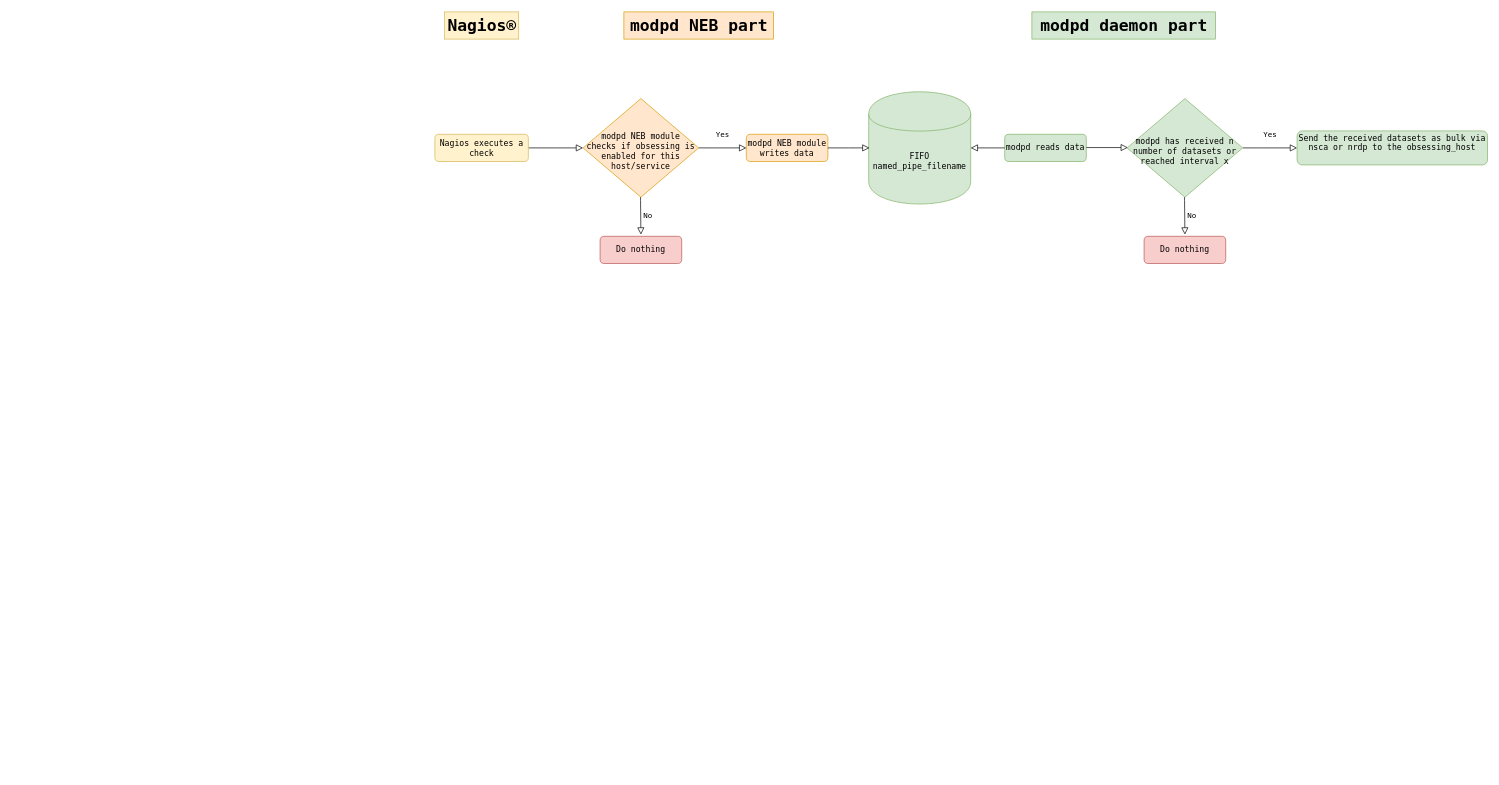
Before: images/modpd.drawio in ccztux/modpd, a draw.io diagram. Source tidied: cells renumbered, new cells numbered last; positions are measured from the earlier drawing's top-left corner, leaving out a move shared by most shapes. Both pictures are drawn from the tidied source at 68%, with x=0, y=0 at pixel (435, 12).
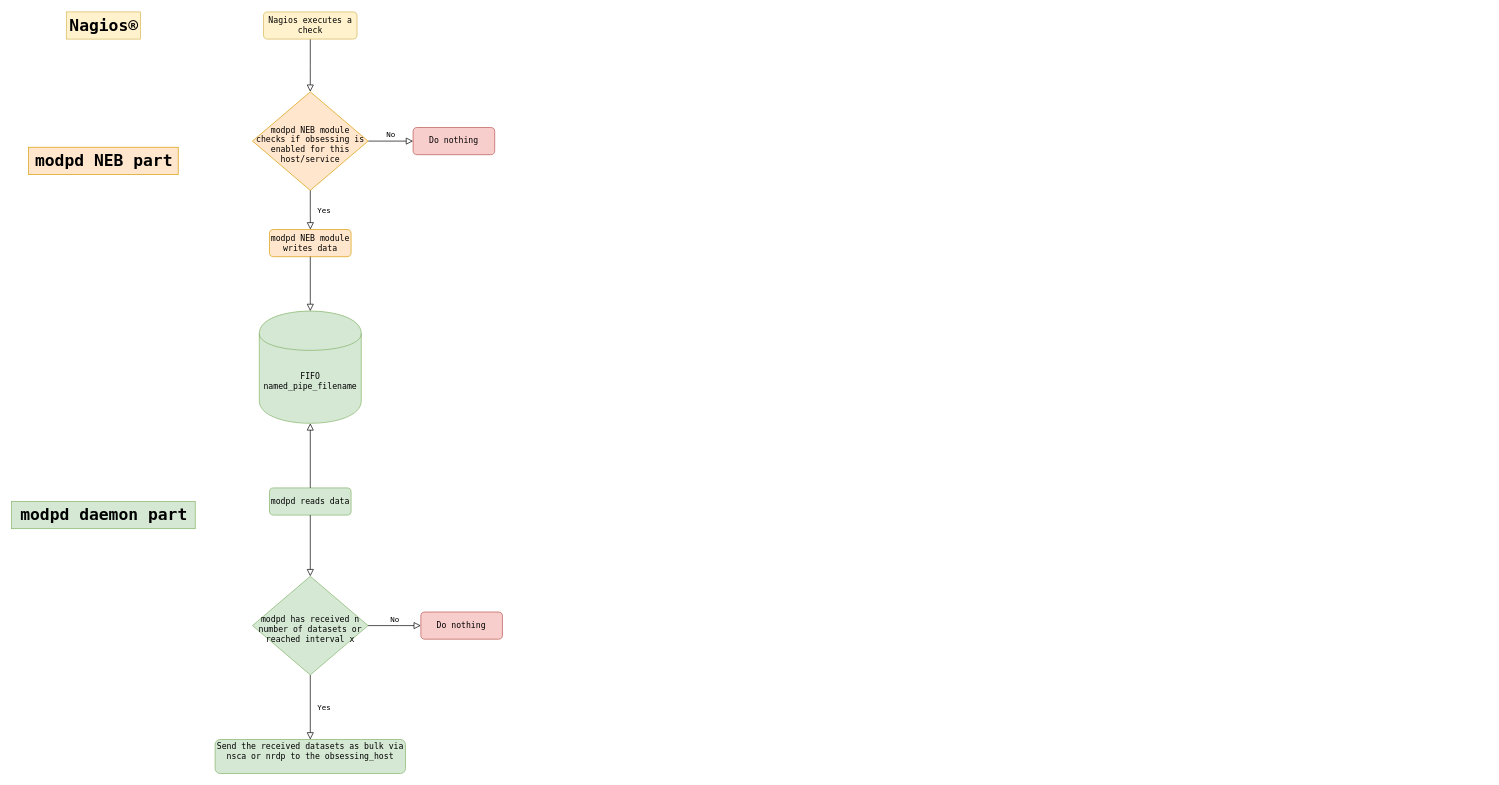
The same page after the edit.

Commit message (it also covers changes not shown here):
Flowchart reworked.

Diff of the diagram source:
```diff
@@
-    <mxCell id="2" style="rounded=0;html=1;jettySize=auto;fontSize=11;endArrow=block;endFill=0;endSize=8;strokeWidth=1;shadow=0;labelBackgroundColor=none;edgeStyle=orthogonalEdgeStyle;fontFamily=Lucida Console;" parent="1" edge="1" source="3">
-      <mxGeometry relative="1" as="geometry">
-        <mxPoint x="218" y="200" as="targetPoint" />
-      </mxGeometry>
+    <mxCell id="2" style="rounded=0;html=1;jettySize=auto;fontSize=11;endArrow=block;endFill=0;endSize=8;strokeWidth=1;shadow=0;labelBackgroundColor=none;edgeStyle=orthogonalEdgeStyle;fontFamily=Lucida Console;entryX=0.5;entryY=0;entryDx=0;entryDy=0;" parent="1" edge="1" source="3" target="4">
+      <mxGeometry relative="1" as="geometry" />
     </mxCell>
     <mxCell id="3" value="Nagios executes a check" style="rounded=1;whiteSpace=wrap;html=1;fontSize=12;glass=0;strokeWidth=1;shadow=0;fontFamily=Lucida Console;fillColor=#fff2cc;strokeColor=#d6b656;" parent="1" vertex="1">
-      <mxGeometry y="180" width="137.5" height="40" as="geometry" />
+      <mxGeometry x="-252" width="137.5" height="40" as="geometry" />
     </mxCell>
     <mxCell id="4" value="&lt;div&gt;&lt;br&gt;&lt;/div&gt;&lt;div&gt;modpd NEB module checks if obsessing is enabled for this host/service&lt;/div&gt;" style="rhombus;whiteSpace=wrap;html=1;shadow=0;fontFamily=Lucida Console;fontSize=12;align=center;strokeWidth=1;spacing=6;spacingTop=-4;fillColor=#ffe6cc;strokeColor=#d79b00;" parent="1" vertex="1">
-      <mxGeometry x="218" y="127.5" width="170" height="145" as="geometry" />
+      <mxGeometry x="-268.2" y="117.5" width="170" height="145" as="geometry" />
     </mxCell>
-    <mxCell id="5" value="Do nothing" style="rounded=1;whiteSpace=wrap;html=1;fontSize=12;glass=0;strokeWidth=1;shadow=0;fontFamily=Lucida Console;fillColor=#f8cecc;strokeColor=#b85450;" parent="1" vertex="1">
-      <mxGeometry x="243" y="330" width="120" height="40" as="geometry" />
-    </mxCell>
     <mxCell id="6" value="FIFO named_pipe_filename" style="shape=cylinder;whiteSpace=wrap;html=1;boundedLbl=1;backgroundOutline=1;fontFamily=Lucida Console;fillColor=#d5e8d4;strokeColor=#82b366;" parent="1" vertex="1">
-      <mxGeometry x="638" y="117.5" width="150" height="165" as="geometry" />
+      <mxGeometry x="-258.2" y="440" width="150" height="165" as="geometry" />
     </mxCell>
     <mxCell id="7" value="modpd reads data" style="rounded=1;whiteSpace=wrap;html=1;fontSize=12;glass=0;strokeWidth=1;shadow=0;fontFamily=Lucida Console;fillColor=#d5e8d4;strokeColor=#82b366;" parent="1" vertex="1">
-      <mxGeometry x="838" y="180" width="120" height="40" as="geometry" />
+      <mxGeometry x="-243.2" y="700" width="120" height="40" as="geometry" />
     </mxCell>
     <mxCell id="8" value="modpd NEB module writes data" style="rounded=1;whiteSpace=wrap;html=1;fontSize=12;glass=0;strokeWidth=1;shadow=0;fontFamily=Lucida Console;fillColor=#ffe6cc;strokeColor=#d79b00;" parent="1" vertex="1">
-      <mxGeometry x="458" y="180" width="120" height="40" as="geometry" />
+      <mxGeometry x="-243.2" y="320" width="120" height="40" as="geometry" />
     </mxCell>
     <mxCell id="9" value="modpd NEB part" style="text;strokeColor=#d79b00;fillColor=#ffe6cc;html=1;fontSize=24;fontStyle=1;verticalAlign=middle;align=center;fontFamily=Lucida Console;" parent="1" vertex="1">
-      <mxGeometry x="278" width="220" height="40" as="geometry" />
+      <mxGeometry x="-597.4" y="199" width="220" height="40" as="geometry" />
     </mxCell>
     <mxCell id="10" value="&lt;font&gt;modpd daemon part&lt;/font&gt;" style="text;strokeColor=#82b366;fillColor=#d5e8d4;html=1;fontSize=24;fontStyle=1;verticalAlign=middle;align=center;fontFamily=Lucida Console;" parent="1" vertex="1">
-      <mxGeometry x="878" width="270" height="40" as="geometry" />
+      <mxGeometry x="-622.4" y="720" width="270" height="40" as="geometry" />
     </mxCell>
-    <mxCell id="11" value="No" style="edgeStyle=orthogonalEdgeStyle;rounded=0;html=1;jettySize=auto;orthogonalLoop=1;fontSize=11;endArrow=block;endFill=0;endSize=8;strokeWidth=1;shadow=0;labelBackgroundColor=none;fontFamily=Lucida Console;" parent="1" edge="1">
-      <mxGeometry y="10" relative="1" as="geometry">
-        <mxPoint x="302.5" y="272.5" as="sourcePoint" />
-        <mxPoint x="303" y="327.5" as="targetPoint" />
-        <Array as="points">
-          <mxPoint x="303" y="277.5" />
-          <mxPoint x="303" y="277.5" />
-        </Array>
-      </mxGeometry>
-    </mxCell>
-    <mxCell id="12" value="Yes" style="rounded=0;html=1;jettySize=auto;fontSize=11;endArrow=block;endFill=0;endSize=8;strokeWidth=1;shadow=0;labelBackgroundColor=none;edgeStyle=orthogonalEdgeStyle;fontFamily=Lucida Console;exitX=1;exitY=0.5;exitDx=0;exitDy=0;entryX=0;entryY=0.5;entryDx=0;entryDy=0;" parent="1" edge="1" source="4" target="8">
-      <mxGeometry y="20" relative="1" as="geometry">
-        <Array as="points">
-          <mxPoint x="418" y="200" />
-          <mxPoint x="418" y="200" />
-        </Array>
-      </mxGeometry>
-    </mxCell>
-    <mxCell id="13" style="rounded=0;html=1;jettySize=auto;fontSize=11;endArrow=block;endFill=0;endSize=8;strokeWidth=1;shadow=0;labelBackgroundColor=none;edgeStyle=orthogonalEdgeStyle;exitX=1;exitY=0.5;exitDx=0;exitDy=0;fontFamily=Lucida Console;" parent="1" edge="1" source="8">
-      <mxGeometry relative="1" as="geometry">
-        <mxPoint x="639.2" y="200" as="targetPoint" />
-      </mxGeometry>
+    <mxCell id="13" style="rounded=0;html=1;jettySize=auto;fontSize=11;endArrow=block;endFill=0;endSize=8;strokeWidth=1;shadow=0;labelBackgroundColor=none;edgeStyle=orthogonalEdgeStyle;exitX=0.5;exitY=1;exitDx=0;exitDy=0;fontFamily=Lucida Console;entryX=0.5;entryY=0;entryDx=0;entryDy=0;" parent="1" edge="1" source="8" target="6">
+      <mxGeometry relative="1" as="geometry" />
     </mxCell>
-    <mxCell id="14" value="Yes" style="rounded=0;html=1;jettySize=auto;fontSize=11;endArrow=block;endFill=0;endSize=8;strokeWidth=1;shadow=0;labelBackgroundColor=none;edgeStyle=orthogonalEdgeStyle;exitX=1;exitY=0.5;exitDx=0;exitDy=0;fontFamily=Lucida Console;" parent="1" edge="1" source="18">
-      <mxGeometry y="20" relative="1" as="geometry">
-        <mxPoint x="1268" y="200" as="targetPoint" />
-        <Array as="points">
-          <mxPoint x="1218" y="200" />
-          <mxPoint x="1218" y="200" />
-        </Array>
-      </mxGeometry>
+    <mxCell id="14" value="Yes" style="rounded=0;html=1;jettySize=auto;fontSize=11;endArrow=block;endFill=0;endSize=8;strokeWidth=1;shadow=0;labelBackgroundColor=none;edgeStyle=orthogonalEdgeStyle;fontFamily=Lucida Console;entryX=0.5;entryY=0;entryDx=0;entryDy=0;" parent="1" edge="1" source="18" target="15">
+      <mxGeometry y="20" relative="1" as="geometry" />
     </mxCell>
     <mxCell id="15" value="&lt;div&gt;Send the received datasets as bulk via nsca or nrdp to the obsessing_host&lt;/div&gt;&lt;div&gt;&lt;br&gt;&lt;/div&gt;" style="rounded=1;whiteSpace=wrap;html=1;fontSize=12;glass=0;strokeWidth=1;shadow=0;fontFamily=Lucida Console;fillColor=#d5e8d4;strokeColor=#82b366;" parent="1" vertex="1">
-      <mxGeometry x="1268" y="175" width="280" height="50" as="geometry" />
+      <mxGeometry x="-323.2" y="1070" width="280" height="50" as="geometry" />
     </mxCell>
-    <mxCell id="16" style="rounded=0;html=1;jettySize=auto;orthogonalLoop=1;fontSize=11;endArrow=block;endFill=0;endSize=8;strokeWidth=1;shadow=0;labelBackgroundColor=none;edgeStyle=orthogonalEdgeStyle;exitX=1;exitY=0.5;exitDx=0;exitDy=0;fontFamily=Lucida Console;" parent="1" edge="1">
-      <mxGeometry relative="1" as="geometry">
-        <mxPoint x="958" y="199.5" as="sourcePoint" />
-        <mxPoint x="1019.2" y="199.5" as="targetPoint" />
-      </mxGeometry>
+    <mxCell id="16" style="rounded=0;html=1;jettySize=auto;fontSize=11;endArrow=block;endFill=0;endSize=8;strokeWidth=1;shadow=0;labelBackgroundColor=none;edgeStyle=orthogonalEdgeStyle;exitX=0.5;exitY=1;exitDx=0;exitDy=0;fontFamily=Lucida Console;entryX=0.5;entryY=0;entryDx=0;entryDy=0;" parent="1" edge="1" source="7" target="18">
+      <mxGeometry relative="1" as="geometry" />
     </mxCell>
     <mxCell id="17" value="Nagios®" style="text;strokeColor=#d6b656;fillColor=#fff2cc;html=1;fontSize=24;fontStyle=1;verticalAlign=middle;align=center;fontFamily=Lucida Console;" parent="1" vertex="1">
-      <mxGeometry x="14.1" width="109.2" height="40" as="geometry" />
+      <mxGeometry x="-542" width="109.2" height="40" as="geometry" />
     </mxCell>
     <mxCell id="18" value="&lt;div&gt;&lt;br&gt;&lt;/div&gt;&lt;div&gt;&lt;div&gt;modpd has received n number of datasets or reached interval x&lt;/div&gt;&lt;/div&gt;" style="rhombus;whiteSpace=wrap;html=1;shadow=0;fontFamily=Lucida Console;fontSize=12;align=center;strokeWidth=1;spacing=6;spacingTop=-4;fillColor=#d5e8d4;strokeColor=#82b366;" parent="1" vertex="1">
-      <mxGeometry x="1018" y="127.5" width="170" height="145" as="geometry" />
+      <mxGeometry x="-268.2" y="830" width="170" height="145" as="geometry" />
     </mxCell>
-    <mxCell id="19" value="No" style="edgeStyle=orthogonalEdgeStyle;rounded=0;html=1;jettySize=auto;orthogonalLoop=1;fontSize=11;endArrow=block;endFill=0;endSize=8;strokeWidth=1;shadow=0;labelBackgroundColor=none;fontFamily=Lucida Console;" parent="1" edge="1">
-      <mxGeometry y="10" relative="1" as="geometry">
-        <mxPoint x="1102.5" y="272.5" as="sourcePoint" />
-        <mxPoint x="1103" y="327.5" as="targetPoint" />
-        <Array as="points">
-          <mxPoint x="1103" y="277.5" />
-          <mxPoint x="1103" y="277.5" />
-        </Array>
-      </mxGeometry>
-    </mxCell>
     <mxCell id="20" value="Do nothing" style="rounded=1;whiteSpace=wrap;html=1;fontSize=12;glass=0;strokeWidth=1;shadow=0;fontFamily=Lucida Console;fillColor=#f8cecc;strokeColor=#b85450;" parent="1" vertex="1">
-      <mxGeometry x="1043" y="330" width="120" height="40" as="geometry" />
+      <mxGeometry x="-20.6" y="882.5" width="120" height="40" as="geometry" />
     </mxCell>
-    <mxCell id="21" style="rounded=0;html=1;jettySize=auto;fontSize=11;endArrow=block;endFill=0;endSize=8;strokeWidth=1;shadow=0;labelBackgroundColor=none;edgeStyle=orthogonalEdgeStyle;exitX=0;exitY=0.5;exitDx=0;exitDy=0;fontFamily=Lucida Console;entryX=1;entryY=0.5;entryDx=0;entryDy=0;" parent="1" edge="1" source="7" target="6">
+    <mxCell id="21" style="rounded=0;html=1;jettySize=auto;fontSize=11;endArrow=block;endFill=0;endSize=8;strokeWidth=1;shadow=0;labelBackgroundColor=none;edgeStyle=orthogonalEdgeStyle;exitX=0.5;exitY=0;exitDx=0;exitDy=0;fontFamily=Lucida Console;entryX=0.5;entryY=1;entryDx=0;entryDy=0;" parent="1" edge="1" source="7" target="6">
       <mxGeometry relative="1" as="geometry" />
     </mxCell>
+    <mxCell id="12" value="Yes" style="rounded=0;html=1;jettySize=auto;fontSize=11;endArrow=block;endFill=0;endSize=8;strokeWidth=1;shadow=0;labelBackgroundColor=none;edgeStyle=orthogonalEdgeStyle;fontFamily=Lucida Console;exitX=0.5;exitY=1;exitDx=0;exitDy=0;" parent="1" edge="1" source="4">
+      <mxGeometry y="20" relative="1" as="geometry">
+        <mxPoint x="-183" y="320" as="targetPoint" />
+        <Array as="points">
+          <mxPoint x="-183" y="300" />
+        </Array>
+      </mxGeometry>
+    </mxCell>
+    <mxCell id="22" value="No" style="edgeStyle=orthogonalEdgeStyle;rounded=0;html=1;jettySize=auto;orthogonalLoop=1;fontSize=11;endArrow=block;endFill=0;endSize=8;strokeWidth=1;shadow=0;labelBackgroundColor=none;fontFamily=Lucida Console;" parent="1" edge="1">
+      <mxGeometry y="10" relative="1" as="geometry">
+        <mxPoint x="-98" y="190" as="sourcePoint" />
+        <mxPoint x="-32" y="190" as="targetPoint" />
+        <Array as="points">
+          <mxPoint x="-97.8" y="190" />
+          <mxPoint x="-97.8" y="190" />
+        </Array>
+      </mxGeometry>
+    </mxCell>
+    <mxCell id="5" value="Do nothing" style="rounded=1;whiteSpace=wrap;html=1;fontSize=12;glass=0;strokeWidth=1;shadow=0;fontFamily=Lucida Console;fillColor=#f8cecc;strokeColor=#b85450;" parent="1" vertex="1">
+      <mxGeometry x="-32" y="170" width="120" height="40" as="geometry" />
+    </mxCell>
+    <mxCell id="23" value="No" style="edgeStyle=orthogonalEdgeStyle;rounded=0;html=1;jettySize=auto;fontSize=11;endArrow=block;endFill=0;endSize=8;strokeWidth=1;shadow=0;labelBackgroundColor=none;fontFamily=Lucida Console;exitX=1;exitY=0.5;exitDx=0;exitDy=0;entryX=0;entryY=0.5;entryDx=0;entryDy=0;" parent="1" edge="1" source="18" target="20">
+      <mxGeometry y="10" relative="1" as="geometry">
+        <Array as="points">
+          <mxPoint x="-52" y="903" />
+          <mxPoint x="-52" y="903" />
+        </Array>
+      </mxGeometry>
+    </mxCell>
```
